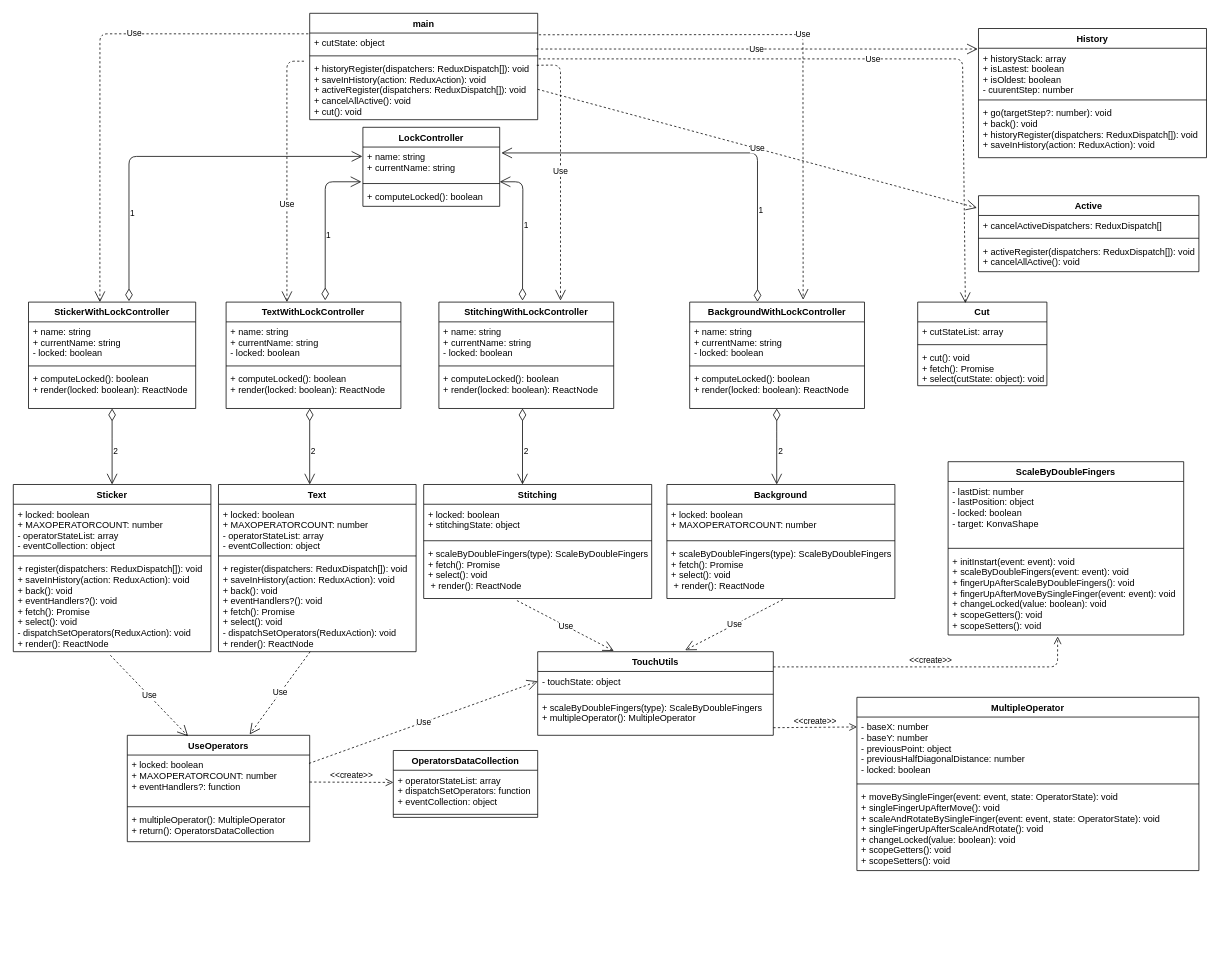
Earlier version of the draw.io diagram duitangFE/图文工具.drawio (HiWayne/UMLDesign). Source tidied: cells renumbered, new cells numbered last; positions are measured from the earlier drawing's top-left corner, leaving out a move shared by most shapes. Both pictures are drawn from the tidied source at 76%, with x=0, y=0 at pixel (13, 13).
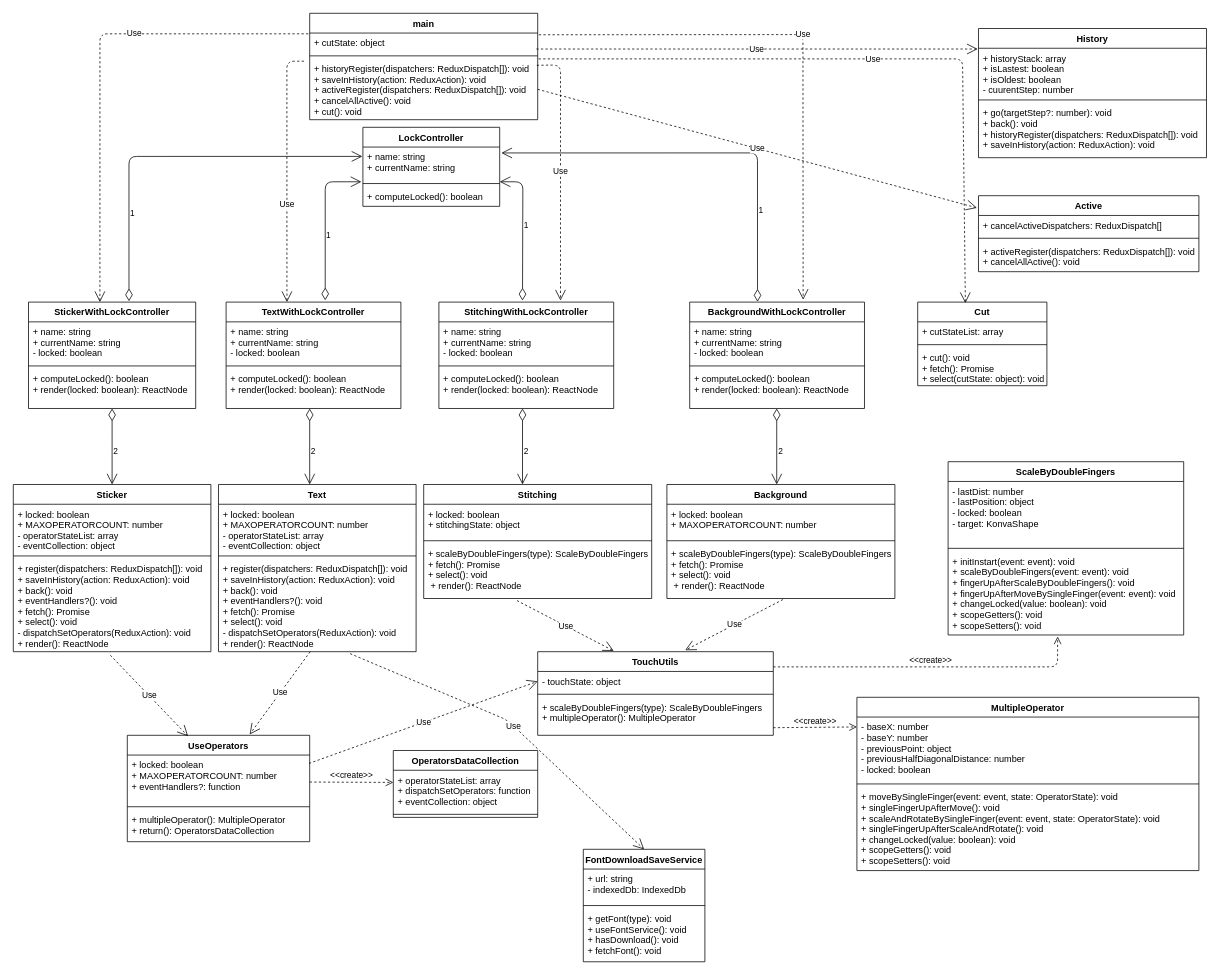
The same diagram, later.

Unchanged cells that the change refers to:
```xml
<mxCell id="37" value="+ register(dispatchers: ReduxDispatch[]): void&#10;+ saveInHistory(action: ReduxAction): void&#10;+ back(): void&#10;+ eventHandlers?(): void&#10;+ fetch(): Promise&#10;+ select(): void&#10;- dispatchSetOperators(ReduxAction): void&#10;+ render(): ReactNode" style="text;strokeColor=none;fillColor=none;align=left;verticalAlign=top;spacingLeft=4;spacingRight=4;overflow=hidden;points=[[0,0.5],[1,0.5]];portConstraint=eastwest;" parent="34" vertex="1">
  <mxGeometry y="98" width="260" height="122" as="geometry" />
</mxCell>
```

The edit, as a diff of the source:
```diff
@@
+    <mxCell id="96" value="FontDownloadSaveService" style="swimlane;fontStyle=1;align=center;verticalAlign=top;horizontal=1;startSize=26;" parent="1" vertex="1">
+      <mxGeometry x="750" y="1100" width="160" height="148" as="geometry" />
+    </mxCell>
+    <mxCell id="97" value="+ url: string&#10;- indexedDb: IndexedDb" style="text;strokeColor=none;fillColor=none;align=left;verticalAlign=top;spacingLeft=4;spacingRight=4;overflow=hidden;" parent="96" vertex="1">
+      <mxGeometry y="26" width="160" height="44" as="geometry" />
+    </mxCell>
+    <mxCell id="98" style="line;strokeWidth=1;fillColor=none;align=left;verticalAlign=middle;spacingTop=-1;spacingLeft=3;spacingRight=3;labelPosition=right;" parent="96" vertex="1">
+      <mxGeometry y="70" width="160" height="8" as="geometry" />
+    </mxCell>
+    <mxCell id="99" value="+ getFont(type): void&#10;+ useFontService(): void&#10;+ hasDownload(): void&#10;+ fetchFont(): void" style="text;strokeColor=none;fillColor=none;align=left;verticalAlign=top;spacingLeft=4;spacingRight=4;overflow=hidden;" parent="96" vertex="1">
+      <mxGeometry y="78" width="160" height="70" as="geometry" />
+    </mxCell>
+    <mxCell id="100" value="Use" style="endArrow=open;endSize=12;dashed=1;html=1;exitX=0.666;exitY=1.021;exitDx=0;exitDy=0;exitPerimeter=0;" parent="1" edge="1" source="37">
+      <mxGeometry relative="1" as="geometry">
+        <mxPoint x="830" y="1100" as="targetPoint" />
+        <Array as="points">
+          <mxPoint x="650" y="930" />
+        </Array>
+      </mxGeometry>
+    </mxCell>
```
